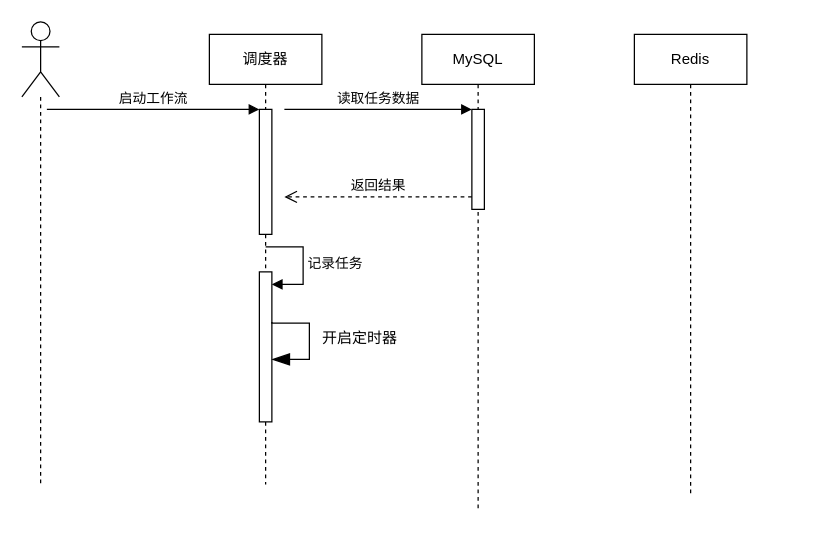
tianshengdiwangK/common keeps this draw.io diagram as 任务调度时序图.drawio. Above is the earlier version. Source tidied: cells renumbered, new cells numbered last; positions are measured from the earlier drawing's top-left corner, leaving out a move shared by most shapes. Both pictures are drawn from the tidied source at 125%, with x=0, y=0 at pixel (21, 21).
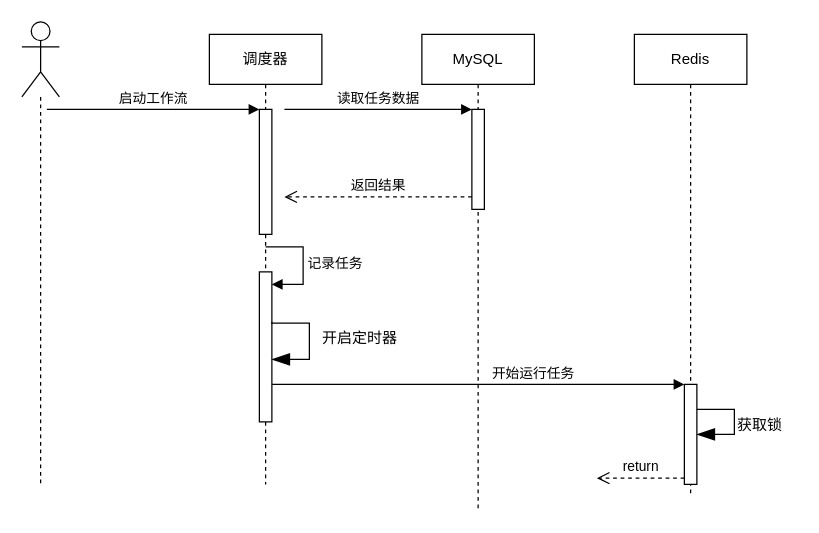
The same diagram, later.

Commit message (it also covers changes not shown here):
更新任务调度时序图.drawio

Diff of the diagram source:
```diff
@@
+    <mxCell id="19" style="html=1;points=[];perimeter=orthogonalPerimeter;outlineConnect=0;targetShapes=umlLifeline;portConstraint=eastwest;newEdgeStyle={&quot;edgeStyle&quot;:&quot;elbowEdgeStyle&quot;,&quot;elbow&quot;:&quot;vertical&quot;,&quot;curved&quot;:0,&quot;rounded&quot;:0};" parent="1" vertex="1">
+      <mxGeometry x="530" y="290" width="10" height="80" as="geometry" />
+    </mxCell>
+    <mxCell id="20" value="开始运行任务" style="html=1;verticalAlign=bottom;endArrow=block;edgeStyle=elbowEdgeStyle;elbow=vertical;curved=0;rounded=0;" parent="1" edge="1" target="19">
+      <mxGeometry x="0.59" relative="1" as="geometry">
+        <mxPoint x="460" y="290" as="sourcePoint" />
+        <Array as="points">
+          <mxPoint x="200" y="290" />
+        </Array>
+      </mxGeometry>
+    </mxCell>
+    <mxCell id="21" value="return" style="html=1;verticalAlign=bottom;endArrow=open;dashed=1;endSize=8;edgeStyle=elbowEdgeStyle;elbow=vertical;curved=0;rounded=0;" parent="1" edge="1" source="19">
+      <mxGeometry relative="1" as="geometry">
+        <mxPoint x="460" y="365" as="targetPoint" />
+      </mxGeometry>
+    </mxCell>
+    <mxCell id="22" style="endArrow=blockThin;endFill=1;endSize=12;html=1;rounded=0;edgeStyle=orthogonalEdgeStyle;" parent="1" edge="1" target="19">
+      <mxGeometry relative="1" as="geometry">
+        <mxPoint x="540" y="310" as="sourcePoint" />
+        <Array as="points">
+          <mxPoint x="570" y="310" />
+          <mxPoint x="570" y="330" />
+        </Array>
+      </mxGeometry>
+    </mxCell>
+    <mxCell id="23" value="获取锁" style="text;html=1;align=center;verticalAlign=middle;strokeColor=none;fillColor=none;" parent="1" vertex="1">
+      <mxGeometry x="560" y="308" width="60" height="30" as="geometry" />
+    </mxCell>
```
